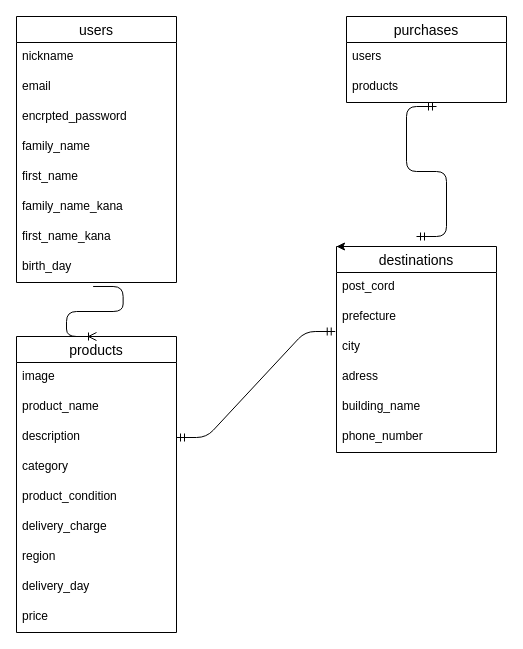
Above: items.dio in blacksannnn/furima-38006 (draw.io), before the change. Source tidied: cells renumbered, new cells numbered last; positions are measured from the earlier drawing's top-left corner, leaving out a move shared by most shapes. Both pictures are drawn from the tidied source at 100%, with x=0, y=0 at pixel (16, 16).
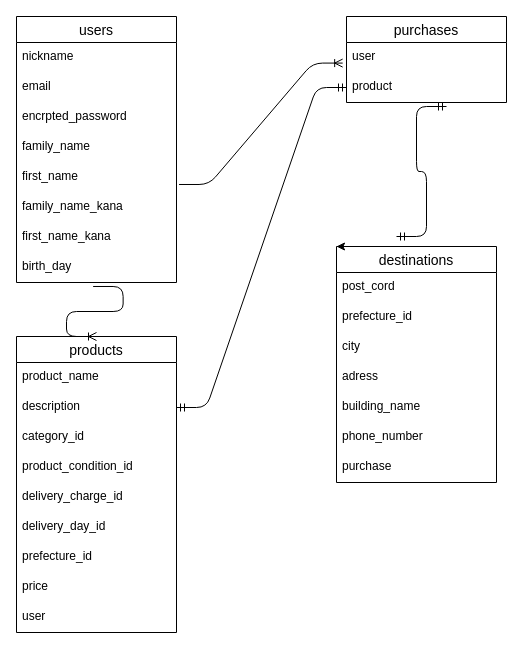
After the change.

The change refers to these unchanged cells:
```xml
<mxCell id="7" value="first_name" style="text;strokeColor=none;fillColor=none;spacingLeft=4;spacingRight=4;overflow=hidden;points=[[0,0.5],[1,0.5]];portConstraint=eastwest;fontSize=12;" parent="2" vertex="1">
  <mxGeometry y="146" width="160" height="30" as="geometry" />
</mxCell>
<mxCell id="14" value="city" style="text;strokeColor=none;fillColor=none;spacingLeft=4;spacingRight=4;overflow=hidden;points=[[0,0.5],[1,0.5]];portConstraint=eastwest;fontSize=12;" parent="11" vertex="1">
  <mxGeometry y="86" width="160" height="30" as="geometry" />
</mxCell>
<mxCell id="18" value="purchases" style="swimlane;fontStyle=0;horizontal=1;startSize=26;align=center;fontSize=14;" parent="1" vertex="1">
  <mxGeometry x="330" width="160" height="86" as="geometry" />
</mxCell>
<mxCell id="21" value="products" style="swimlane;fontStyle=0;horizontal=1;startSize=26;align=center;fontSize=14;" parent="1" vertex="1">
  <mxGeometry y="320" width="160" height="296" as="geometry" />
</mxCell>
```

Change to the diagram source:
```diff
@@
     <mxCell id="11" value="destinations" style="swimlane;fontStyle=0;horizontal=1;startSize=26;align=center;fontSize=14;" parent="1" vertex="1">
-      <mxGeometry x="320" y="230" width="160" height="206" as="geometry" />
+      <mxGeometry x="320" y="230" width="160" height="236" as="geometry" />
     </mxCell>
@@
-    <mxCell id="13" value="prefecture" style="text;strokeColor=none;fillColor=none;spacingLeft=4;spacingRight=4;overflow=hidden;fontSize=12;" parent="11" vertex="1">
+    <mxCell id="13" value="prefecture_id" style="text;strokeColor=none;fillColor=none;spacingLeft=4;spacingRight=4;overflow=hidden;fontSize=12;" parent="11" vertex="1">
       <mxGeometry y="56" width="160" height="30" as="geometry" />
     </mxCell>
@@
+    <mxCell id="35" value="purchase" style="text;strokeColor=none;fillColor=none;spacingLeft=4;spacingRight=4;overflow=hidden;fontSize=12;" parent="11" vertex="1">
+      <mxGeometry y="206" width="160" height="30" as="geometry" />
+    </mxCell>
@@
-    <mxCell id="19" value="users" style="text;strokeColor=none;fillColor=none;spacingLeft=4;spacingRight=4;overflow=hidden;points=[[0,0.5],[1,0.5]];portConstraint=eastwest;fontSize=12;" parent="18" vertex="1">
+    <mxCell id="19" value="user" style="text;strokeColor=none;fillColor=none;spacingLeft=4;spacingRight=4;overflow=hidden;points=[[0,0.5],[1,0.5]];portConstraint=eastwest;fontSize=12;" parent="18" vertex="1">
       <mxGeometry y="26" width="160" height="30" as="geometry" />
     </mxCell>
-    <mxCell id="20" value="products" style="text;strokeColor=none;fillColor=none;spacingLeft=4;spacingRight=4;overflow=hidden;points=[[0,0.5],[1,0.5]];portConstraint=eastwest;fontSize=12;" parent="18" vertex="1">
+    <mxCell id="20" value="product" style="text;strokeColor=none;fillColor=none;spacingLeft=4;spacingRight=4;overflow=hidden;points=[[0,0.5],[1,0.5]];portConstraint=eastwest;fontSize=12;" parent="18" vertex="1">
       <mxGeometry y="56" width="160" height="30" as="geometry" />
     </mxCell>
@@
-    <mxCell id="22" value="image" style="text;strokeColor=none;fillColor=none;spacingLeft=4;spacingRight=4;overflow=hidden;fontSize=12;" parent="21" vertex="1">
-      <mxGeometry y="26" width="160" height="30" as="geometry" />
-    </mxCell>
     <mxCell id="23" value="product_name" style="text;strokeColor=none;fillColor=none;spacingLeft=4;spacingRight=4;overflow=hidden;fontSize=12;" parent="21" vertex="1">
-      <mxGeometry y="56" width="160" height="30" as="geometry" />
+      <mxGeometry y="26" width="160" height="30" as="geometry" />
     </mxCell>
     <mxCell id="24" value="description" style="text;strokeColor=none;fillColor=none;spacingLeft=4;spacingRight=4;overflow=hidden;points=[[0,0.5],[1,0.5]];portConstraint=eastwest;fontSize=12;" parent="21" vertex="1">
-      <mxGeometry y="86" width="160" height="30" as="geometry" />
+      <mxGeometry y="56" width="160" height="30" as="geometry" />
     </mxCell>
-    <mxCell id="25" value="category" style="text;strokeColor=none;fillColor=none;spacingLeft=4;spacingRight=4;overflow=hidden;fontSize=12;" parent="21" vertex="1">
-      <mxGeometry y="116" width="160" height="30" as="geometry" />
+    <mxCell id="25" value="category_id" style="text;strokeColor=none;fillColor=none;spacingLeft=4;spacingRight=4;overflow=hidden;fontSize=12;" parent="21" vertex="1">
+      <mxGeometry y="86" width="160" height="30" as="geometry" />
     </mxCell>
-    <mxCell id="26" value="product_condition" style="text;strokeColor=none;fillColor=none;spacingLeft=4;spacingRight=4;overflow=hidden;fontSize=12;" parent="21" vertex="1">
-      <mxGeometry y="146" width="160" height="30" as="geometry" />
+    <mxCell id="26" value="product_condition_id" style="text;strokeColor=none;fillColor=none;spacingLeft=4;spacingRight=4;overflow=hidden;fontSize=12;" parent="21" vertex="1">
+      <mxGeometry y="116" width="160" height="30" as="geometry" />
     </mxCell>
-    <mxCell id="27" value="delivery_charge" style="text;strokeColor=none;fillColor=none;spacingLeft=4;spacingRight=4;overflow=hidden;fontSize=12;" parent="21" vertex="1">
-      <mxGeometry y="176" width="160" height="30" as="geometry" />
+    <mxCell id="27" value="delivery_charge_id" style="text;strokeColor=none;fillColor=none;spacingLeft=4;spacingRight=4;overflow=hidden;fontSize=12;" parent="21" vertex="1">
+      <mxGeometry y="146" width="160" height="30" as="geometry" />
     </mxCell>
-    <mxCell id="28" value="region" style="text;strokeColor=none;fillColor=none;spacingLeft=4;spacingRight=4;overflow=hidden;fontSize=12;" parent="21" vertex="1">
-      <mxGeometry y="206" width="160" height="30" as="geometry" />
-    </mxCell>
-    <mxCell id="29" value="delivery_day" style="text;strokeColor=none;fillColor=none;spacingLeft=4;spacingRight=4;overflow=hidden;fontSize=12;" parent="21" vertex="1">
-      <mxGeometry y="236" width="160" height="30" as="geometry" />
+    <mxCell id="29" value="delivery_day_id" style="text;strokeColor=none;fillColor=none;spacingLeft=4;spacingRight=4;overflow=hidden;fontSize=12;" parent="21" vertex="1">
+      <mxGeometry y="176" width="160" height="30" as="geometry" />
     </mxCell>
+    <mxCell id="36" value="prefecture_id" style="text;strokeColor=none;fillColor=none;spacingLeft=4;spacingRight=4;overflow=hidden;fontSize=12;" parent="21" vertex="1">
+      <mxGeometry y="206" width="160" height="30" as="geometry" />
+    </mxCell>
     <mxCell id="30" value="price" style="text;strokeColor=none;fillColor=none;spacingLeft=4;spacingRight=4;overflow=hidden;fontSize=12;" parent="21" vertex="1">
-      <mxGeometry y="266" width="160" height="30" as="geometry" />
+      <mxGeometry y="236" width="160" height="30" as="geometry" />
     </mxCell>
+    <mxCell id="37" value="user" style="text;strokeColor=none;fillColor=none;spacingLeft=4;spacingRight=4;overflow=hidden;fontSize=12;" parent="21" vertex="1">
+      <mxGeometry y="266" width="160" height="30" as="geometry" />
+    </mxCell>
@@
-    <mxCell id="32" style="edgeStyle=entityRelationEdgeStyle;fontSize=12;html=1;endArrow=ERmandOne;startArrow=ERmandOne;" parent="1" edge="1">
-      <mxGeometry relative="1" as="geometry">
-        <mxPoint x="400" y="220" as="sourcePoint" />
-        <mxPoint x="420" y="90" as="targetPoint" />
-      </mxGeometry>
-    </mxCell>
-    <mxCell id="33" style="edgeStyle=entityRelationEdgeStyle;fontSize=12;html=1;endArrow=ERmandOne;startArrow=ERmandOne;entryX=-0.008;entryY=-0.033;entryDx=0;entryDy=0;entryPerimeter=0;exitX=1;exitY=0.5;exitDx=0;exitDy=0;" parent="1" edge="1" source="24" target="14">
+    <mxCell id="33" style="edgeStyle=entityRelationEdgeStyle;fontSize=12;html=1;endArrow=ERmandOne;startArrow=ERmandOne;entryX=0;entryY=0.5;entryDx=0;entryDy=0;exitX=1;exitY=0.5;exitDx=0;exitDy=0;" parent="1" edge="1" source="24" target="20">
       <mxGeometry relative="1" as="geometry" />
     </mxCell>
@@
+    <mxCell id="38" style="edgeStyle=entityRelationEdgeStyle;fontSize=12;html=1;endArrow=ERoneToMany;exitX=1.016;exitY=0.733;exitDx=0;exitDy=0;exitPerimeter=0;entryX=-0.024;entryY=0.686;entryDx=0;entryDy=0;entryPerimeter=0;" parent="1" edge="1" source="7" target="19">
+      <mxGeometry relative="1" as="geometry" />
+    </mxCell>
+    <mxCell id="39" style="edgeStyle=entityRelationEdgeStyle;fontSize=12;html=1;endArrow=ERmandOne;startArrow=ERmandOne;" parent="1" edge="1">
+      <mxGeometry relative="1" as="geometry">
+        <mxPoint x="380" y="220" as="sourcePoint" />
+        <mxPoint x="430" y="90" as="targetPoint" />
+      </mxGeometry>
+    </mxCell>
```
